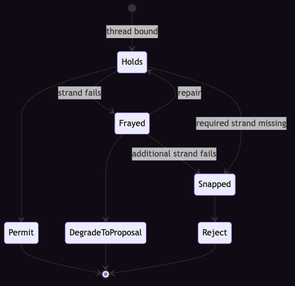
This is docs/diagrams/thread-tension-state.png from OpenCoven/coven-threads, a Mermaid export, as it was before one commit. Its source is kept beside it as docs/diagrams/src/thread-tension-state.mmd. The source it was exported from:
```mermaid
stateDiagram-v2
  direction TB
  [*] --> Holds: thread bound
  Holds --> Frayed: strand fails
  Frayed --> Holds: repair
  Frayed --> Snapped: additional strand fails
  Holds --> Snapped: required strand missing

  Holds --> Permit
  Frayed --> DegradeToProposal
  Snapped --> Reject

  Permit --> [*]
  DegradeToProposal --> [*]
  Reject --> [*]
```
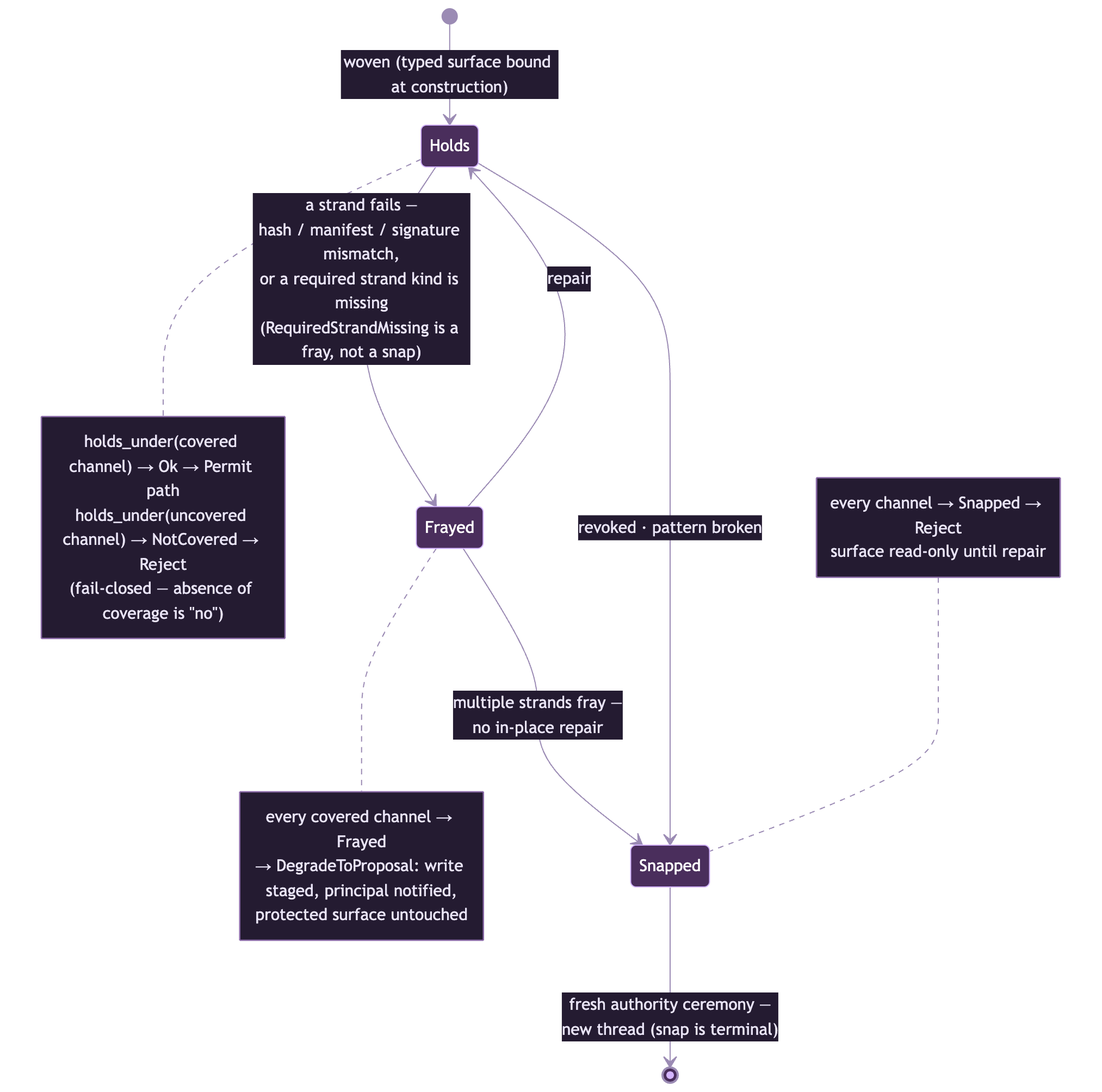
After the change.

The edit, as a diff of the source:
```diff
@@ -1,15 +1,24 @@
 stateDiagram-v2
   direction TB
-  [*] --> Holds: thread bound
-  Holds --> Frayed: strand fails
+  [*] --> Holds: woven (typed surface bound at construction)
+
+  Holds --> Frayed: a strand fails —<br/>hash / manifest / signature mismatch,<br/>or a required strand kind is missing<br/>(RequiredStrandMissing is a fray, not a snap)
   Frayed --> Holds: repair
-  Frayed --> Snapped: additional strand fails
-  Holds --> Snapped: required strand missing
+  Frayed --> Snapped: multiple strands fray —<br/>no in-place repair
+  Holds --> Snapped: revoked · pattern broken
+  Snapped --> [*]: fresh authority ceremony —<br/>new thread (snap is terminal)
 
-  Holds --> Permit
-  Frayed --> DegradeToProposal
-  Snapped --> Reject
-
-  Permit --> [*]
-  DegradeToProposal --> [*]
-  Reject --> [*]
+  note right of Holds
+    holds_under(covered channel) → Ok → Permit path
+    holds_under(uncovered channel) → NotCovered → Reject
+    (fail-closed — absence of coverage is "no")
+  end note
+  note right of Frayed
+    every covered channel → Frayed
+    → DegradeToProposal: write staged, principal notified,
+    protected surface untouched
+  end note
+  note left of Snapped
+    every channel → Snapped → Reject
+    surface read-only until repair
+  end note
```
